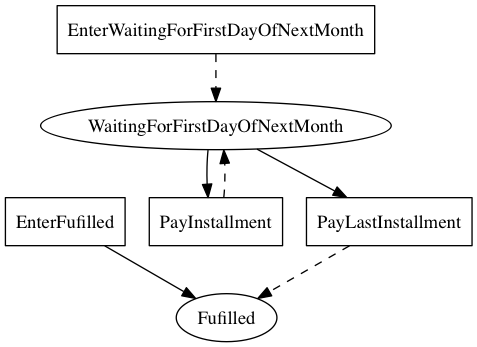
Before: linear_state_machine_language/pyL4/examples_graphviz_gen/from_academic_lit/hvitved_instalment_sale--simplified_time.png, a diagram exported from Graphviz (Marcao02/complaw-deeptech). Its source is kept beside it as linear_state_machine_language/pyL4/examples_graphviz_gen/from_academic_lit/hvitved_instalment_sale--simplified_time.dot. Source of this version:
```dot

digraph Instalment_Sale_Hvitved {
    Fulfilled[label=Fufilled];
    WaitingForFirstDayOfNextMonth[label=WaitingForFirstDayOfNextMonth]

    EnterFulfilled[label=EnterFufilled,shape=box];
    EnterWaitingForFirstDayOfNextMonth[label=EnterWaitingForFirstDayOfNextMonth,shape=box];
	PayInstallment[label=PayInstallment,shape=box];
	PayLastInstallment[label=PayLastInstallment,shape=box]

    EnterFulfilled -> Fulfilled;

    WaitingForFirstDayOfNextMonth -> PayInstallment;
	WaitingForFirstDayOfNextMonth -> PayLastInstallment

    EnterWaitingForFirstDayOfNextMonth -> WaitingForFirstDayOfNextMonth [style=dashed];
	PayInstallment -> WaitingForFirstDayOfNextMonth [style=dashed];
	PayLastInstallment -> Fulfilled [style=dashed];

}
```
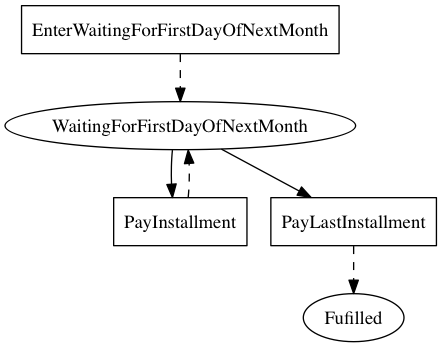
Above is the later version.

What changed in the source:
```diff
@@ -3,18 +3,17 @@
     Fulfilled[label=Fufilled];
     WaitingForFirstDayOfNextMonth[label=WaitingForFirstDayOfNextMonth]
 
-    EnterFulfilled[label=EnterFufilled,shape=box];
+
     EnterWaitingForFirstDayOfNextMonth[label=EnterWaitingForFirstDayOfNextMonth,shape=box];
 	PayInstallment[label=PayInstallment,shape=box];
 	PayLastInstallment[label=PayLastInstallment,shape=box]
 
-    EnterFulfilled -> Fulfilled;
+
 
     WaitingForFirstDayOfNextMonth -> PayInstallment;
 	WaitingForFirstDayOfNextMonth -> PayLastInstallment
 
     EnterWaitingForFirstDayOfNextMonth -> WaitingForFirstDayOfNextMonth [style=dashed];
 	PayInstallment -> WaitingForFirstDayOfNextMonth [style=dashed];
-	PayLastInstallment -> Fulfilled [style=dashed];
-
+	PayLastInstallment -> Fulfilled [style=dashed]
 }
```
